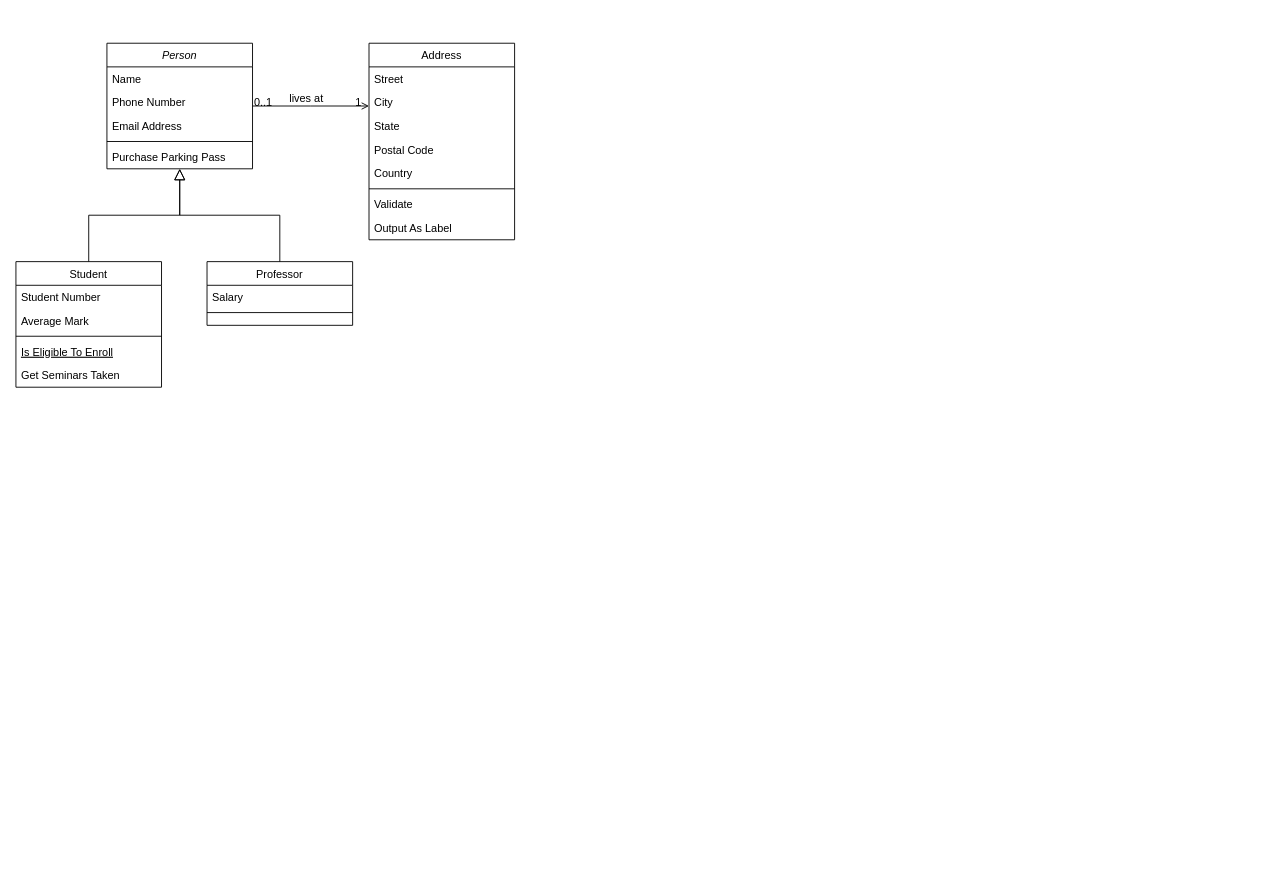
MathiasSagerup/TilpDat keeps this draw.io diagram as klassediagram.drawio. Above is the earlier version. Source tidied: cells renumbered, new cells numbered last; positions are measured from the earlier drawing's top-left corner, leaving out a move shared by most shapes. Both pictures are drawn from the tidied source at 91%, with x=0, y=0 at pixel (15, 43).
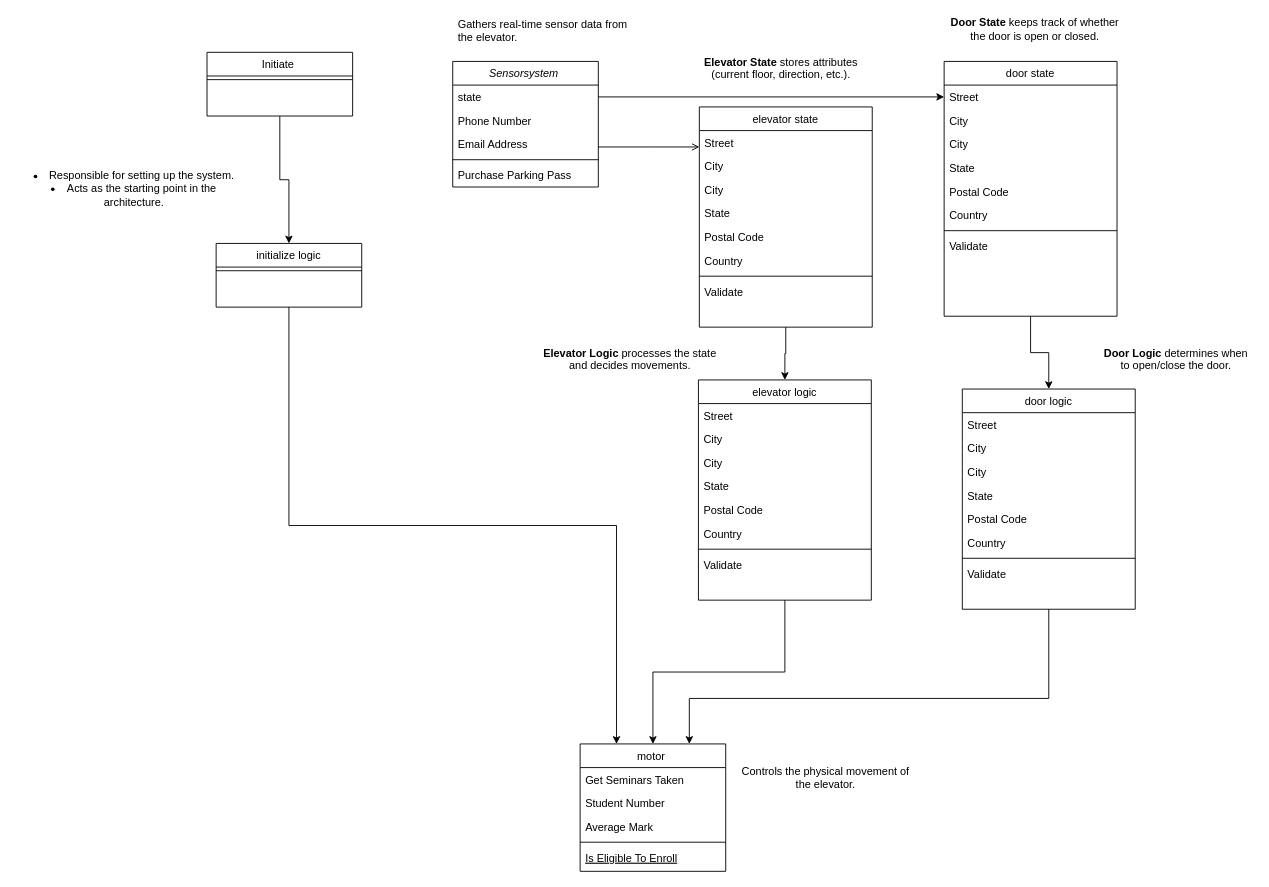
Above is the later version.

The change refers to these unchanged cells:
```xml
<mxCell id="28" style="endArrow=open;shadow=0;strokeWidth=1;rounded=0;curved=0;endFill=1;edgeStyle=elbowEdgeStyle;elbow=vertical;" parent="1" edge="1" source="2" target="19">
  <mxGeometry x="0.5" y="41" relative="1" as="geometry">
    <mxPoint x="-40" y="32" as="offset" />
  </mxGeometry>
</mxCell>
```

The edit, as a diff of the source:
```diff
@@
-    <mxCell id="2" value="Person" style="swimlane;fontStyle=2;align=center;verticalAlign=top;horizontal=1;startSize=26;rounded=0;shadow=0;strokeWidth=1;" parent="1" vertex="1">
-      <mxGeometry x="100" width="160" height="138" as="geometry" />
+    <mxCell id="2" value="Sensorsystem " style="swimlane;fontStyle=2;align=center;verticalAlign=top;horizontal=1;startSize=26;rounded=0;shadow=0;strokeWidth=1;" parent="1" vertex="1">
+      <mxGeometry x="480" y="20" width="160" height="138" as="geometry" />
     </mxCell>
-    <mxCell id="3" value="Name" style="text;align=left;verticalAlign=top;spacingLeft=4;spacingRight=4;overflow=hidden;points=[[0,0.5],[1,0.5]];portConstraint=eastwest;" parent="2" vertex="1">
+    <mxCell id="3" value="state" style="text;align=left;verticalAlign=top;spacingLeft=4;spacingRight=4;overflow=hidden;points=[[0,0.5],[1,0.5]];portConstraint=eastwest;" parent="2" vertex="1">
       <mxGeometry y="26" width="160" height="26" as="geometry" />
     </mxCell>
@@
-    <mxCell id="8" value="Student" style="swimlane;fontStyle=0;align=center;verticalAlign=top;horizontal=1;startSize=26;rounded=0;shadow=0;strokeWidth=1;" parent="1" vertex="1">
-      <mxGeometry y="240" width="160" height="138" as="geometry" />
+    <mxCell id="8" value="motor " style="swimlane;fontStyle=0;align=center;verticalAlign=top;horizontal=1;startSize=26;rounded=0;shadow=0;strokeWidth=1;" parent="1" vertex="1">
+      <mxGeometry x="620" y="770" width="160" height="140" as="geometry" />
     </mxCell>
+    <mxCell id="13" value="Get Seminars Taken" style="text;align=left;verticalAlign=top;spacingLeft=4;spacingRight=4;overflow=hidden;" parent="8" vertex="1">
+      <mxGeometry y="26" width="160" height="26" as="geometry" />
+    </mxCell>
     <mxCell id="9" value="Student Number" style="text;align=left;verticalAlign=top;spacingLeft=4;spacingRight=4;overflow=hidden;" parent="8" vertex="1">
-      <mxGeometry y="26" width="160" height="26" as="geometry" />
+      <mxGeometry y="52" width="160" height="26" as="geometry" />
     </mxCell>
     <mxCell id="10" value="Average Mark" style="text;align=left;verticalAlign=top;spacingLeft=4;spacingRight=4;overflow=hidden;rounded=0;shadow=0;html=0;" parent="8" vertex="1">
-      <mxGeometry y="52" width="160" height="26" as="geometry" />
+      <mxGeometry y="78" width="160" height="26" as="geometry" />
     </mxCell>
     <mxCell id="11" style="line;html=1;strokeWidth=1;align=left;verticalAlign=middle;spacingTop=-1;spacingLeft=3;spacingRight=3;labelPosition=right;" parent="8" vertex="1">
-      <mxGeometry y="78" width="160" height="8" as="geometry" />
+      <mxGeometry y="104" width="160" height="8" as="geometry" />
     </mxCell>
     <mxCell id="12" value="Is Eligible To Enroll" style="text;align=left;verticalAlign=top;spacingLeft=4;spacingRight=4;overflow=hidden;fontStyle=4;" parent="8" vertex="1">
-      <mxGeometry y="86" width="160" height="26" as="geometry" />
+      <mxGeometry y="112" width="160" height="26" as="geometry" />
     </mxCell>
-    <mxCell id="13" value="Get Seminars Taken" style="text;align=left;verticalAlign=top;spacingLeft=4;spacingRight=4;overflow=hidden;" parent="8" vertex="1">
-      <mxGeometry y="112" width="160" height="26" as="geometry" />
-    </mxCell>
-    <mxCell id="14" style="endArrow=block;endSize=10;endFill=0;shadow=0;strokeWidth=1;rounded=0;curved=0;edgeStyle=elbowEdgeStyle;elbow=vertical;" parent="1" edge="1" source="8" target="2">
-      <mxGeometry relative="1" as="geometry" />
-    </mxCell>
-    <mxCell id="15" value="Professor" style="swimlane;fontStyle=0;align=center;verticalAlign=top;horizontal=1;startSize=26;rounded=0;shadow=0;strokeWidth=1;" parent="1" vertex="1">
-      <mxGeometry x="210" y="240" width="160" height="70" as="geometry" />
-    </mxCell>
-    <mxCell id="16" value="Salary" style="text;align=left;verticalAlign=top;spacingLeft=4;spacingRight=4;overflow=hidden;" parent="15" vertex="1">
-      <mxGeometry y="26" width="160" height="26" as="geometry" />
-    </mxCell>
-    <mxCell id="17" style="line;html=1;strokeWidth=1;align=left;verticalAlign=middle;spacingTop=-1;spacingLeft=3;spacingRight=3;labelPosition=right;" parent="15" vertex="1">
-      <mxGeometry y="52" width="160" height="8" as="geometry" />
-    </mxCell>
-    <mxCell id="18" style="endArrow=block;endSize=10;endFill=0;shadow=0;strokeWidth=1;rounded=0;curved=0;edgeStyle=elbowEdgeStyle;elbow=vertical;" parent="1" edge="1" source="15" target="2">
-      <mxGeometry relative="1" as="geometry" />
-    </mxCell>
+    <mxCell id="32" style="edgeStyle=orthogonalEdgeStyle;rounded=0;jettySize=auto;html=1;exitX=0.5;exitY=1;exitDx=0;exitDy=0;entryX=0.5;entryY=0;entryDx=0;entryDy=0;" parent="1" edge="1" source="19" target="50">
+      <mxGeometry relative="1" as="geometry" />
+    </mxCell>
-    <mxCell id="19" value="Address" style="swimlane;fontStyle=0;align=center;verticalAlign=top;horizontal=1;startSize=26;rounded=0;shadow=0;strokeWidth=1;" parent="1" vertex="1">
-      <mxGeometry x="388" width="160" height="216" as="geometry" />
+    <mxCell id="19" value="elevator state" style="swimlane;fontStyle=0;align=center;verticalAlign=top;horizontal=1;startSize=26;rounded=0;shadow=0;strokeWidth=1;" parent="1" vertex="1">
+      <mxGeometry x="751" y="70" width="190" height="242" as="geometry" />
     </mxCell>
     <mxCell id="20" value="Street" style="text;align=left;verticalAlign=top;spacingLeft=4;spacingRight=4;overflow=hidden;" parent="19" vertex="1">
-      <mxGeometry y="26" width="160" height="26" as="geometry" />
+      <mxGeometry y="26" width="190" height="26" as="geometry" />
     </mxCell>
+    <mxCell id="33" value="City" style="text;align=left;verticalAlign=top;spacingLeft=4;spacingRight=4;overflow=hidden;rounded=0;shadow=0;html=0;" parent="19" vertex="1">
+      <mxGeometry y="52" width="190" height="26" as="geometry" />
+    </mxCell>
     <mxCell id="21" value="City" style="text;align=left;verticalAlign=top;spacingLeft=4;spacingRight=4;overflow=hidden;rounded=0;shadow=0;html=0;" parent="19" vertex="1">
-      <mxGeometry y="52" width="160" height="26" as="geometry" />
+      <mxGeometry y="78" width="190" height="26" as="geometry" />
     </mxCell>
     <mxCell id="22" value="State" style="text;align=left;verticalAlign=top;spacingLeft=4;spacingRight=4;overflow=hidden;rounded=0;shadow=0;html=0;" parent="19" vertex="1">
-      <mxGeometry y="78" width="160" height="26" as="geometry" />
+      <mxGeometry y="104" width="190" height="26" as="geometry" />
     </mxCell>
     <mxCell id="23" value="Postal Code" style="text;align=left;verticalAlign=top;spacingLeft=4;spacingRight=4;overflow=hidden;rounded=0;shadow=0;html=0;" parent="19" vertex="1">
-      <mxGeometry y="104" width="160" height="26" as="geometry" />
+      <mxGeometry y="130" width="190" height="26" as="geometry" />
     </mxCell>
     <mxCell id="24" value="Country" style="text;align=left;verticalAlign=top;spacingLeft=4;spacingRight=4;overflow=hidden;rounded=0;shadow=0;html=0;" parent="19" vertex="1">
-      <mxGeometry y="130" width="160" height="26" as="geometry" />
+      <mxGeometry y="156" width="190" height="26" as="geometry" />
     </mxCell>
     <mxCell id="25" style="line;html=1;strokeWidth=1;align=left;verticalAlign=middle;spacingTop=-1;spacingLeft=3;spacingRight=3;labelPosition=right;" parent="19" vertex="1">
-      <mxGeometry y="156" width="160" height="8" as="geometry" />
+      <mxGeometry y="182" width="190" height="8" as="geometry" />
     </mxCell>
     <mxCell id="26" value="Validate" style="text;align=left;verticalAlign=top;spacingLeft=4;spacingRight=4;overflow=hidden;" parent="19" vertex="1">
-      <mxGeometry y="164" width="160" height="26" as="geometry" />
+      <mxGeometry y="190" width="190" height="26" as="geometry" />
     </mxCell>
-    <mxCell id="27" value="Output As Label" style="text;align=left;verticalAlign=top;spacingLeft=4;spacingRight=4;overflow=hidden;" parent="19" vertex="1">
-      <mxGeometry y="190" width="160" height="26" as="geometry" />
-    </mxCell>
@@
-    <mxCell id="29" value="0..1" style="align=left;verticalAlign=bottom;labelBackgroundColor=none;fontSize=12;" parent="28" vertex="1">
-      <mxGeometry x="-1" relative="1" as="geometry">
-        <mxPoint y="4" as="offset" />
-      </mxGeometry>
-    </mxCell>
-    <mxCell id="30" value="1" style="align=right;verticalAlign=bottom;labelBackgroundColor=none;fontSize=12;" parent="28" vertex="1">
-      <mxGeometry x="1" relative="1" as="geometry">
-        <mxPoint x="-7" y="4" as="offset" />
-      </mxGeometry>
-    </mxCell>
-    <mxCell id="31" value="lives at" style="text;html=1;align=center;verticalAlign=middle;labelBackgroundColor=none;rounded=0;shadow=0;strokeWidth=1;fontSize=12;" parent="28" vertex="1">
-      <mxGeometry x="0.5" y="49" relative="1" as="geometry">
-        <mxPoint x="-38" y="40" as="offset" />
-      </mxGeometry>
-    </mxCell>
+    <mxCell id="34" style="edgeStyle=orthogonalEdgeStyle;rounded=0;jettySize=auto;html=1;exitX=0.5;exitY=1;exitDx=0;exitDy=0;entryX=0.5;entryY=0;entryDx=0;entryDy=0;" parent="1" edge="1" source="35" target="60">
+      <mxGeometry relative="1" as="geometry" />
+    </mxCell>
+    <mxCell id="35" value="door state" style="swimlane;fontStyle=0;align=center;verticalAlign=top;horizontal=1;startSize=26;rounded=0;shadow=0;strokeWidth=1;" parent="1" vertex="1">
+      <mxGeometry x="1020" y="20" width="190" height="280" as="geometry" />
+    </mxCell>
+    <mxCell id="36" value="Street" style="text;align=left;verticalAlign=top;spacingLeft=4;spacingRight=4;overflow=hidden;points=[[0,0.5],[1,0.5]];portConstraint=eastwest;" parent="35" vertex="1">
+      <mxGeometry y="26" width="190" height="26" as="geometry" />
+    </mxCell>
+    <mxCell id="37" value="City" style="text;align=left;verticalAlign=top;spacingLeft=4;spacingRight=4;overflow=hidden;rounded=0;shadow=0;html=0;" parent="35" vertex="1">
+      <mxGeometry y="52" width="190" height="26" as="geometry" />
+    </mxCell>
+    <mxCell id="38" value="City" style="text;align=left;verticalAlign=top;spacingLeft=4;spacingRight=4;overflow=hidden;rounded=0;shadow=0;html=0;" parent="35" vertex="1">
+      <mxGeometry y="78" width="190" height="26" as="geometry" />
+    </mxCell>
+    <mxCell id="39" value="State" style="text;align=left;verticalAlign=top;spacingLeft=4;spacingRight=4;overflow=hidden;rounded=0;shadow=0;html=0;" parent="35" vertex="1">
+      <mxGeometry y="104" width="190" height="26" as="geometry" />
+    </mxCell>
+    <mxCell id="40" value="Postal Code" style="text;align=left;verticalAlign=top;spacingLeft=4;spacingRight=4;overflow=hidden;rounded=0;shadow=0;html=0;" parent="35" vertex="1">
+      <mxGeometry y="130" width="190" height="26" as="geometry" />
+    </mxCell>
+    <mxCell id="41" value="Country" style="text;align=left;verticalAlign=top;spacingLeft=4;spacingRight=4;overflow=hidden;rounded=0;shadow=0;html=0;" parent="35" vertex="1">
+      <mxGeometry y="156" width="190" height="26" as="geometry" />
+    </mxCell>
+    <mxCell id="42" style="line;html=1;strokeWidth=1;align=left;verticalAlign=middle;spacingTop=-1;spacingLeft=3;spacingRight=3;labelPosition=right;" parent="35" vertex="1">
+      <mxGeometry y="182" width="190" height="8" as="geometry" />
+    </mxCell>
+    <mxCell id="43" value="Validate" style="text;align=left;verticalAlign=top;spacingLeft=4;spacingRight=4;overflow=hidden;" parent="35" vertex="1">
+      <mxGeometry y="190" width="190" height="26" as="geometry" />
+    </mxCell>
+    <mxCell id="44" style="edgeStyle=orthogonalEdgeStyle;rounded=0;jettySize=auto;html=1;exitX=0.5;exitY=1;exitDx=0;exitDy=0;entryX=0.5;entryY=0;entryDx=0;entryDy=0;" parent="1" edge="1" source="45" target="71">
+      <mxGeometry relative="1" as="geometry" />
+    </mxCell>
+    <mxCell id="45" value="Initiate " style="swimlane;fontStyle=0;align=center;verticalAlign=top;horizontal=1;startSize=26;rounded=0;shadow=0;strokeWidth=1;" parent="1" vertex="1">
+      <mxGeometry x="210" y="10" width="160" height="70" as="geometry" />
+    </mxCell>
+    <mxCell id="46" style="line;html=1;strokeWidth=1;align=left;verticalAlign=middle;spacingTop=-1;spacingLeft=3;spacingRight=3;labelPosition=right;" parent="45" vertex="1">
+      <mxGeometry y="26" width="160" height="8" as="geometry" />
+    </mxCell>
+    <mxCell id="47" value="&lt;li&gt;Responsible for setting up the system.&lt;/li&gt;&lt;li&gt;Acts as the starting point in the architecture.&lt;/li&gt;" style="text;html=1;align=center;verticalAlign=middle;whiteSpace=wrap;rounded=0;" parent="1" vertex="1">
+      <mxGeometry x="10" y="125" width="240" height="70" as="geometry" />
+    </mxCell>
+    <mxCell id="48" value="Gathers real-time sensor data from the elevator." style="text;strokeColor=none;fillColor=none;align=left;verticalAlign=middle;spacingLeft=4;spacingRight=4;overflow=hidden;whiteSpace=wrap;html=1;" parent="1" vertex="1">
+      <mxGeometry x="480" y="-30" width="210" height="30" as="geometry" />
+    </mxCell>
+    <mxCell id="49" style="edgeStyle=orthogonalEdgeStyle;rounded=0;jettySize=auto;html=1;exitX=0.5;exitY=1;exitDx=0;exitDy=0;entryX=0.5;entryY=0;entryDx=0;entryDy=0;" parent="1" edge="1" source="50" target="8">
+      <mxGeometry relative="1" as="geometry" />
+    </mxCell>
+    <mxCell id="50" value="elevator logic" style="swimlane;fontStyle=0;align=center;verticalAlign=top;horizontal=1;startSize=26;rounded=0;shadow=0;strokeWidth=1;" parent="1" vertex="1">
+      <mxGeometry x="750" y="370" width="190" height="242" as="geometry" />
+    </mxCell>
+    <mxCell id="51" value="Street" style="text;align=left;verticalAlign=top;spacingLeft=4;spacingRight=4;overflow=hidden;" parent="50" vertex="1">
+      <mxGeometry y="26" width="190" height="26" as="geometry" />
+    </mxCell>
+    <mxCell id="52" value="City" style="text;align=left;verticalAlign=top;spacingLeft=4;spacingRight=4;overflow=hidden;rounded=0;shadow=0;html=0;" parent="50" vertex="1">
+      <mxGeometry y="52" width="190" height="26" as="geometry" />
+    </mxCell>
+    <mxCell id="53" value="City" style="text;align=left;verticalAlign=top;spacingLeft=4;spacingRight=4;overflow=hidden;rounded=0;shadow=0;html=0;" parent="50" vertex="1">
+      <mxGeometry y="78" width="190" height="26" as="geometry" />
+    </mxCell>
+    <mxCell id="54" value="State" style="text;align=left;verticalAlign=top;spacingLeft=4;spacingRight=4;overflow=hidden;rounded=0;shadow=0;html=0;" parent="50" vertex="1">
+      <mxGeometry y="104" width="190" height="26" as="geometry" />
+    </mxCell>
+    <mxCell id="55" value="Postal Code" style="text;align=left;verticalAlign=top;spacingLeft=4;spacingRight=4;overflow=hidden;rounded=0;shadow=0;html=0;" parent="50" vertex="1">
+      <mxGeometry y="130" width="190" height="26" as="geometry" />
+    </mxCell>
+    <mxCell id="56" value="Country" style="text;align=left;verticalAlign=top;spacingLeft=4;spacingRight=4;overflow=hidden;rounded=0;shadow=0;html=0;" parent="50" vertex="1">
+      <mxGeometry y="156" width="190" height="26" as="geometry" />
+    </mxCell>
+    <mxCell id="57" style="line;html=1;strokeWidth=1;align=left;verticalAlign=middle;spacingTop=-1;spacingLeft=3;spacingRight=3;labelPosition=right;" parent="50" vertex="1">
+      <mxGeometry y="182" width="190" height="8" as="geometry" />
+    </mxCell>
+    <mxCell id="58" value="Validate" style="text;align=left;verticalAlign=top;spacingLeft=4;spacingRight=4;overflow=hidden;" parent="50" vertex="1">
+      <mxGeometry y="190" width="190" height="26" as="geometry" />
+    </mxCell>
+    <mxCell id="59" style="edgeStyle=orthogonalEdgeStyle;rounded=0;jettySize=auto;html=1;exitX=0.5;exitY=1;exitDx=0;exitDy=0;entryX=0.75;entryY=0;entryDx=0;entryDy=0;" parent="1" edge="1" source="60" target="8">
+      <mxGeometry relative="1" as="geometry">
+        <Array as="points">
+          <mxPoint x="1135" y="720" />
+          <mxPoint x="740" y="720" />
+        </Array>
+      </mxGeometry>
+    </mxCell>
+    <mxCell id="60" value="door logic" style="swimlane;fontStyle=0;align=center;verticalAlign=top;horizontal=1;startSize=26;rounded=0;shadow=0;strokeWidth=1;" parent="1" vertex="1">
+      <mxGeometry x="1040" y="380" width="190" height="242" as="geometry" />
+    </mxCell>
+    <mxCell id="61" value="Street" style="text;align=left;verticalAlign=top;spacingLeft=4;spacingRight=4;overflow=hidden;" parent="60" vertex="1">
+      <mxGeometry y="26" width="190" height="26" as="geometry" />
+    </mxCell>
+    <mxCell id="62" value="City" style="text;align=left;verticalAlign=top;spacingLeft=4;spacingRight=4;overflow=hidden;rounded=0;shadow=0;html=0;" parent="60" vertex="1">
+      <mxGeometry y="52" width="190" height="26" as="geometry" />
+    </mxCell>
+    <mxCell id="63" value="City" style="text;align=left;verticalAlign=top;spacingLeft=4;spacingRight=4;overflow=hidden;rounded=0;shadow=0;html=0;" parent="60" vertex="1">
+      <mxGeometry y="78" width="190" height="26" as="geometry" />
+    </mxCell>
+    <mxCell id="64" value="State" style="text;align=left;verticalAlign=top;spacingLeft=4;spacingRight=4;overflow=hidden;rounded=0;shadow=0;html=0;" parent="60" vertex="1">
+      <mxGeometry y="104" width="190" height="26" as="geometry" />
+    </mxCell>
+    <mxCell id="65" value="Postal Code" style="text;align=left;verticalAlign=top;spacingLeft=4;spacingRight=4;overflow=hidden;rounded=0;shadow=0;html=0;" parent="60" vertex="1">
+      <mxGeometry y="130" width="190" height="26" as="geometry" />
+    </mxCell>
+    <mxCell id="66" value="Country" style="text;align=left;verticalAlign=top;spacingLeft=4;spacingRight=4;overflow=hidden;rounded=0;shadow=0;html=0;" parent="60" vertex="1">
+      <mxGeometry y="156" width="190" height="26" as="geometry" />
+    </mxCell>
+    <mxCell id="67" style="line;html=1;strokeWidth=1;align=left;verticalAlign=middle;spacingTop=-1;spacingLeft=3;spacingRight=3;labelPosition=right;" parent="60" vertex="1">
+      <mxGeometry y="182" width="190" height="8" as="geometry" />
+    </mxCell>
+    <mxCell id="68" value="Validate" style="text;align=left;verticalAlign=top;spacingLeft=4;spacingRight=4;overflow=hidden;" parent="60" vertex="1">
+      <mxGeometry y="190" width="190" height="26" as="geometry" />
+    </mxCell>
+    <mxCell id="69" style="edgeStyle=orthogonalEdgeStyle;rounded=0;jettySize=auto;html=1;exitX=1;exitY=0.5;exitDx=0;exitDy=0;entryX=0;entryY=0.5;entryDx=0;entryDy=0;" parent="1" edge="1" source="3" target="36">
+      <mxGeometry relative="1" as="geometry" />
+    </mxCell>
+    <mxCell id="70" style="edgeStyle=orthogonalEdgeStyle;rounded=0;jettySize=auto;html=1;exitX=0.5;exitY=1;exitDx=0;exitDy=0;entryX=0.25;entryY=0;entryDx=0;entryDy=0;" parent="1" edge="1" source="71" target="8">
+      <mxGeometry relative="1" as="geometry" />
+    </mxCell>
+    <mxCell id="71" value="initialize logic" style="swimlane;fontStyle=0;align=center;verticalAlign=top;horizontal=1;startSize=26;rounded=0;shadow=0;strokeWidth=1;" parent="1" vertex="1">
+      <mxGeometry x="220" y="220" width="160" height="70" as="geometry" />
+    </mxCell>
+    <mxCell id="72" style="line;html=1;strokeWidth=1;align=left;verticalAlign=middle;spacingTop=-1;spacingLeft=3;spacingRight=3;labelPosition=right;" parent="71" vertex="1">
+      <mxGeometry y="26" width="160" height="8" as="geometry" />
+    </mxCell>
+    <mxCell id="73" value="&#10;&lt;strong&gt;Elevator State&lt;/strong&gt; stores attributes (current floor, direction, etc.).&#10;&#10;" style="text;html=1;align=center;verticalAlign=middle;whiteSpace=wrap;rounded=0;" parent="1" vertex="1">
+      <mxGeometry x="751" y="20" width="180" height="30" as="geometry" />
+    </mxCell>
+    <mxCell id="74" value="&lt;strong&gt;Door State&lt;/strong&gt; keeps track of whether the door is open or closed." style="text;html=1;align=center;verticalAlign=middle;whiteSpace=wrap;rounded=0;" parent="1" vertex="1">
+      <mxGeometry x="1020" y="-30" width="200" height="30" as="geometry" />
+    </mxCell>
+    <mxCell id="75" value="&#10;&lt;strong&gt;Door Logic&lt;/strong&gt; determines when to open/close the door.&#10;&#10;" style="text;html=1;align=center;verticalAlign=middle;whiteSpace=wrap;rounded=0;" parent="1" vertex="1">
+      <mxGeometry x="1190" y="340" width="170" height="30" as="geometry" />
+    </mxCell>
+    <mxCell id="76" value="&#10;&lt;strong&gt;Elevator Logic&lt;/strong&gt; processes the state and decides movements.&#10;&#10;" style="text;html=1;align=center;verticalAlign=middle;whiteSpace=wrap;rounded=0;" parent="1" vertex="1">
+      <mxGeometry x="570" y="340" width="210" height="30" as="geometry" />
+    </mxCell>
+    <mxCell id="77" value="&#10;Controls the physical movement of the elevator.&#10;&#10;" style="text;html=1;align=center;verticalAlign=middle;whiteSpace=wrap;rounded=0;" parent="1" vertex="1">
+      <mxGeometry x="790" y="800" width="200" height="30" as="geometry" />
+    </mxCell>
```
